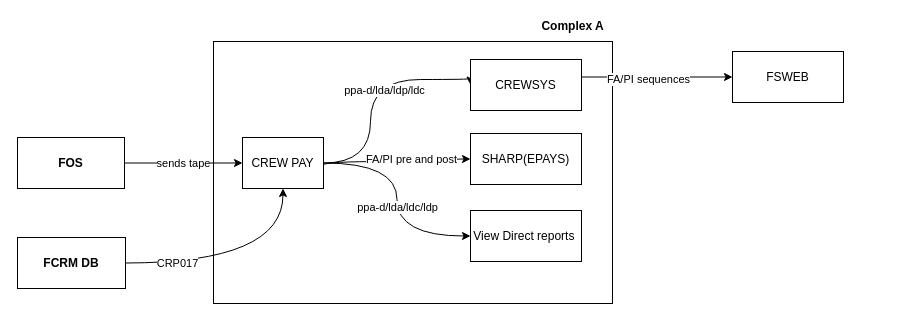
pradeepchamarthi/azuredatafactory keeps this draw.io diagram as page "crewpay current" (4 of 4) of Untitled Diagram.drawio. Above is the earlier version. Source tidied: cells renumbered, new cells numbered last; positions are measured from the earlier drawing's top-left corner, leaving out a move shared by most shapes. Both pictures are drawn from the tidied source at 100%, with x=0, y=0 at pixel (17, 17).
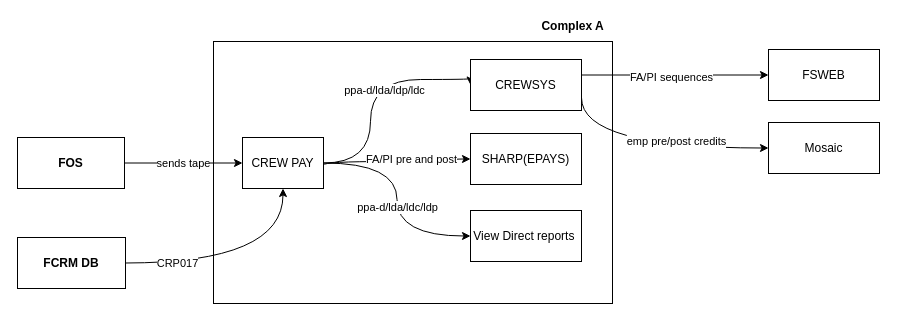
Above is the later version.

The change refers to these unchanged cells:
```xml
<mxCell id="13" value="CREWSYS" style="rounded=0;whiteSpace=wrap;html=1;" parent="1" vertex="1">
  <mxGeometry x="453" y="42" width="111" height="51" as="geometry" />
</mxCell>
```

Diff of the diagram source:
```diff
@@
+    <mxCell id="19" style="edgeStyle=orthogonalEdgeStyle;curved=1;rounded=0;jettySize=auto;html=1;entryX=0;entryY=0.5;entryDx=0;entryDy=0;exitX=1;exitY=0.75;exitDx=0;exitDy=0;" parent="1" edge="1" source="13" target="21">
+      <mxGeometry relative="1" as="geometry">
+        <Array as="points">
+          <mxPoint x="564" y="131" />
+        </Array>
+      </mxGeometry>
+    </mxCell>
+    <mxCell id="20" value="emp pre/post credits" style="edgeLabel;html=1;align=center;verticalAlign=middle;" parent="19" vertex="1">
+      <mxGeometry x="0.06" y="7" relative="1" as="geometry">
+        <mxPoint x="19.2" y="-0.5" as="offset" />
+      </mxGeometry>
+    </mxCell>
@@
     <mxCell id="16" value="FSWEB" style="rounded=0;whiteSpace=wrap;html=1;" parent="1" vertex="1">
-      <mxGeometry x="715" y="34" width="111" height="51" as="geometry" />
+      <mxGeometry x="751" y="32" width="111" height="51" as="geometry" />
     </mxCell>
@@
+    <mxCell id="21" value="Mosaic" style="rounded=0;whiteSpace=wrap;html=1;" parent="1" vertex="1">
+      <mxGeometry x="751" y="105" width="111" height="51" as="geometry" />
+    </mxCell>
```
